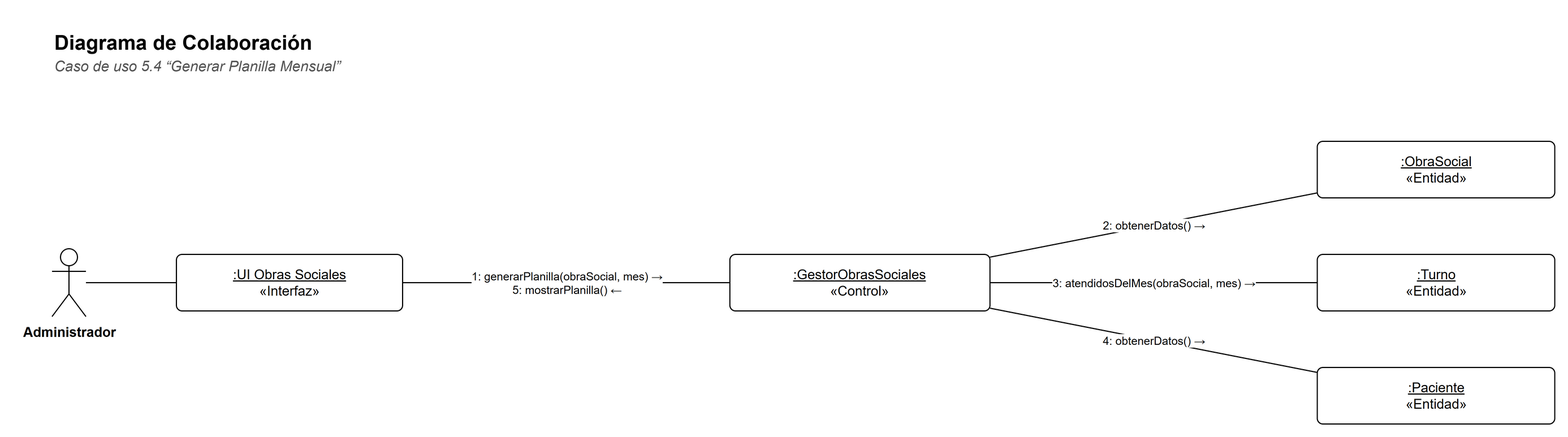
The draw.io diagram docs/diagramas/colaboracion-5-4.png in Matiglorioso/kineturnos, before a commit. Source tidied: cells renumbered, new cells last; positions are measured from the earlier drawing's top-left corner, leaving out a move shared by most shapes.
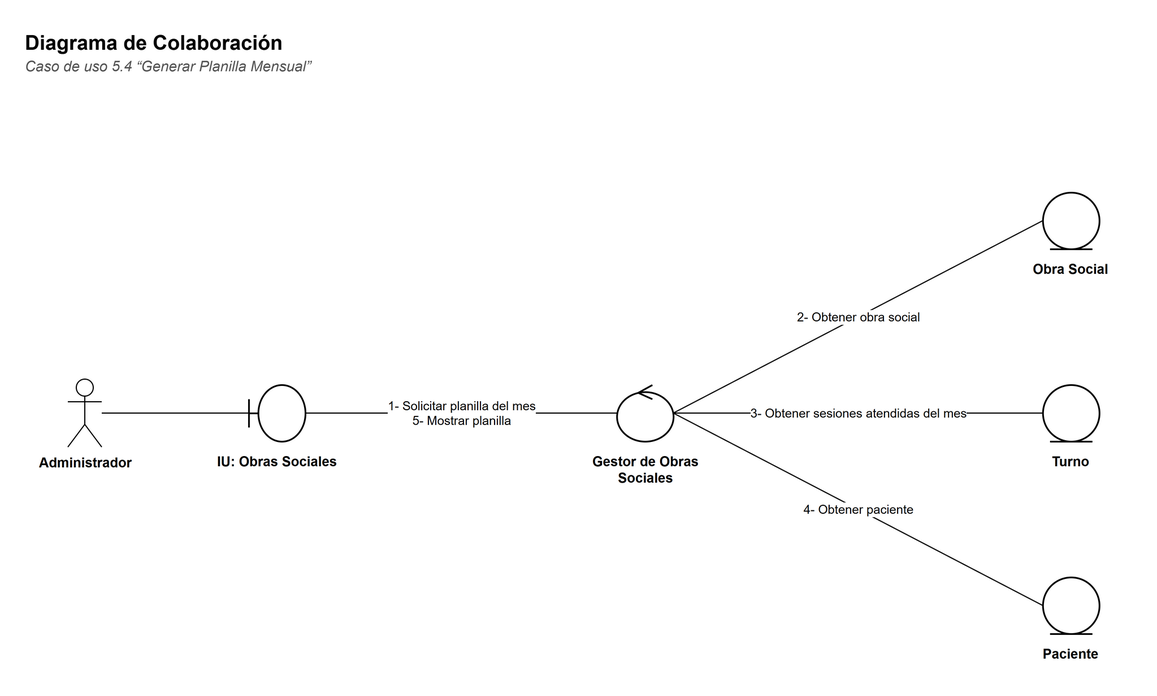
Above is the later version.

Change to the diagram source:
```diff
@@ -9,37 +9,52 @@
       <mxGeometry y="24" width="900" height="20" as="geometry" />
     </mxCell>
     <mxCell id="4" value="Administrador" style="shape=umlActor;verticalLabelPosition=bottom;verticalAlign=top;html=1;outlineConnect=0;fillColor=#FFFFFF;strokeColor=#000000;fontFamily=Helvetica;fontSize=12;fontStyle=1;" parent="1" vertex="1">
-      <mxGeometry y="200" width="30" height="60" as="geometry" />
+      <mxGeometry x="40" y="315" width="30" height="60" as="geometry" />
     </mxCell>
-    <mxCell id="5" value="&lt;u&gt;:UI Obras Sociales&lt;/u&gt;&lt;br&gt;«Interfaz»" style="rounded=0;whiteSpace=wrap;html=1;fillColor=#FFFFFF;strokeColor=#000000;fontFamily=Helvetica;fontSize=12;rounded=1;arcSize=10;" parent="1" vertex="1">
-      <mxGeometry x="110" y="205" width="200" height="50" as="geometry" />
+    <mxCell id="5" style="shape=umlBoundary;html=1;fillColor=#FFFFFF;strokeColor=#000000;strokeWidth=1.5;" parent="1" vertex="1">
+      <mxGeometry x="200" y="320" width="50" height="50" as="geometry" />
     </mxCell>
-    <mxCell id="6" value="&lt;u&gt;:GestorObrasSociales&lt;/u&gt;&lt;br&gt;«Control»" style="rounded=0;whiteSpace=wrap;html=1;fillColor=#FFFFFF;strokeColor=#000000;fontFamily=Helvetica;fontSize=12;rounded=1;arcSize=10;" parent="1" vertex="1">
-      <mxGeometry x="599.4" y="205" width="230" height="50" as="geometry" />
+    <mxCell id="6" value="&lt;b&gt;IU: Obras Sociales&lt;/b&gt;" style="text;html=1;strokeColor=none;fillColor=none;align=left;verticalAlign=top;whiteSpace=wrap;fontFamily=Helvetica;align=center;fontSize=12;" parent="1" vertex="1">
+      <mxGeometry x="160" y="374" width="130" height="40" as="geometry" />
     </mxCell>
-    <mxCell id="7" value="&lt;u&gt;:ObraSocial&lt;/u&gt;&lt;br&gt;«Entidad»" style="rounded=0;whiteSpace=wrap;html=1;fillColor=#FFFFFF;strokeColor=#000000;fontFamily=Helvetica;fontSize=12;rounded=1;arcSize=10;" parent="1" vertex="1">
-      <mxGeometry x="1118.8" y="105" width="210" height="50" as="geometry" />
+    <mxCell id="7" style="shape=umlControl;html=1;fillColor=#FFFFFF;strokeColor=#000000;strokeWidth=1.5;" parent="1" vertex="1">
+      <mxGeometry x="525.6" y="320" width="50" height="50" as="geometry" />
     </mxCell>
-    <mxCell id="8" value="&lt;u&gt;:Turno&lt;/u&gt;&lt;br&gt;«Entidad»" style="rounded=0;whiteSpace=wrap;html=1;fillColor=#FFFFFF;strokeColor=#000000;fontFamily=Helvetica;fontSize=12;rounded=1;arcSize=10;" parent="1" vertex="1">
-      <mxGeometry x="1118.8" y="205" width="210" height="50" as="geometry" />
+    <mxCell id="8" value="&lt;b&gt;Gestor de Obras Sociales&lt;/b&gt;" style="text;html=1;strokeColor=none;fillColor=none;align=left;verticalAlign=top;whiteSpace=wrap;fontFamily=Helvetica;align=center;fontSize=12;" parent="1" vertex="1">
+      <mxGeometry x="485.6" y="374" width="130" height="40" as="geometry" />
     </mxCell>
-    <mxCell id="9" value="&lt;u&gt;:Paciente&lt;/u&gt;&lt;br&gt;«Entidad»" style="rounded=0;whiteSpace=wrap;html=1;fillColor=#FFFFFF;strokeColor=#000000;fontFamily=Helvetica;fontSize=12;rounded=1;arcSize=10;" parent="1" vertex="1">
-      <mxGeometry x="1118.8" y="305" width="210" height="50" as="geometry" />
+    <mxCell id="9" style="shape=umlEntity;html=1;fillColor=#FFFFFF;strokeColor=#000000;strokeWidth=1.5;" parent="1" vertex="1">
+      <mxGeometry x="902.4" y="150" width="50" height="50" as="geometry" />
     </mxCell>
-    <mxCell id="10" style="edgeStyle=none;html=1;endArrow=none;endFill=0;strokeColor=#000000;fontFamily=Helvetica;fontSize=11;labelBackgroundColor=#FFFFFF;" parent="1" edge="1" source="4" target="5">
-      <mxGeometry relative="1" as="geometry" />
+    <mxCell id="10" value="&lt;b&gt;Obra Social&lt;/b&gt;" style="text;html=1;strokeColor=none;fillColor=none;align=left;verticalAlign=top;whiteSpace=wrap;fontFamily=Helvetica;align=center;fontSize=12;" parent="1" vertex="1">
+      <mxGeometry x="862.4" y="204" width="130" height="40" as="geometry" />
     </mxCell>
-    <mxCell id="11" value="1: generarPlanilla(obraSocial, mes) →&lt;br&gt;5: mostrarPlanilla() ←" style="edgeStyle=none;html=1;endArrow=none;endFill=0;strokeColor=#000000;fontFamily=Helvetica;fontSize=11;labelBackgroundColor=#FFFFFF;fontSize=10;" parent="1" edge="1" source="6" target="5">
-      <mxGeometry relative="1" as="geometry" />
+    <mxCell id="11" style="shape=umlEntity;html=1;fillColor=#FFFFFF;strokeColor=#000000;strokeWidth=1.5;" parent="1" vertex="1">
+      <mxGeometry x="902.4" y="320" width="50" height="50" as="geometry" />
     </mxCell>
-    <mxCell id="12" value="2: obtenerDatos() →" style="edgeStyle=none;html=1;endArrow=none;endFill=0;strokeColor=#000000;fontFamily=Helvetica;fontSize=11;labelBackgroundColor=#FFFFFF;fontSize=10;" parent="1" edge="1" source="7" target="6">
-      <mxGeometry relative="1" as="geometry" />
+    <mxCell id="12" value="&lt;b&gt;Turno&lt;/b&gt;" style="text;html=1;strokeColor=none;fillColor=none;align=left;verticalAlign=top;whiteSpace=wrap;fontFamily=Helvetica;align=center;fontSize=12;" parent="1" vertex="1">
+      <mxGeometry x="862.4" y="374" width="130" height="40" as="geometry" />
     </mxCell>
-    <mxCell id="13" value="3: atendidosDelMes(obraSocial, mes) →" style="edgeStyle=none;html=1;endArrow=none;endFill=0;strokeColor=#000000;fontFamily=Helvetica;fontSize=11;labelBackgroundColor=#FFFFFF;fontSize=10;" parent="1" edge="1" source="8" target="6">
-      <mxGeometry relative="1" as="geometry" />
+    <mxCell id="13" style="shape=umlEntity;html=1;fillColor=#FFFFFF;strokeColor=#000000;strokeWidth=1.5;" parent="1" vertex="1">
+      <mxGeometry x="902.4" y="490" width="50" height="50" as="geometry" />
     </mxCell>
-    <mxCell id="14" value="4: obtenerDatos() →" style="edgeStyle=none;html=1;endArrow=none;endFill=0;strokeColor=#000000;fontFamily=Helvetica;fontSize=11;labelBackgroundColor=#FFFFFF;fontSize=10;" parent="1" edge="1" source="9" target="6">
-      <mxGeometry relative="1" as="geometry" />
+    <mxCell id="14" value="&lt;b&gt;Paciente&lt;/b&gt;" style="text;html=1;strokeColor=none;fillColor=none;align=left;verticalAlign=top;whiteSpace=wrap;fontFamily=Helvetica;align=center;fontSize=12;" parent="1" vertex="1">
+      <mxGeometry x="862.4" y="544" width="130" height="40" as="geometry" />
     </mxCell>
+    <mxCell id="15" style="edgeStyle=none;html=1;endArrow=none;endFill=0;strokeColor=#000000;fontFamily=Helvetica;fontSize=11;labelBackgroundColor=#FFFFFF;" parent="1" edge="1" source="4" target="5">
+      <mxGeometry relative="1" as="geometry" />
+    </mxCell>
+    <mxCell id="16" value="1- Solicitar planilla del mes&lt;br&gt;5- Mostrar planilla" style="edgeStyle=none;html=1;endArrow=none;endFill=0;strokeColor=#000000;fontFamily=Helvetica;fontSize=11;labelBackgroundColor=#FFFFFF;fontSize=11;exitX=1;exitY=0.5;exitDx=0;exitDy=0;entryX=0;entryY=0.5;entryDx=0;entryDy=0;" parent="1" edge="1" source="5" target="7">
+      <mxGeometry relative="1" as="geometry" />
+    </mxCell>
+    <mxCell id="17" value="2- Obtener obra social" style="edgeStyle=none;html=1;endArrow=none;endFill=0;strokeColor=#000000;fontFamily=Helvetica;fontSize=11;labelBackgroundColor=#FFFFFF;fontSize=11;exitX=1;exitY=0.5;exitDx=0;exitDy=0;entryX=0;entryY=0.5;entryDx=0;entryDy=0;" parent="1" edge="1" source="7" target="9">
+      <mxGeometry relative="1" as="geometry" />
+    </mxCell>
+    <mxCell id="18" value="3- Obtener sesiones atendidas del mes" style="edgeStyle=none;html=1;endArrow=none;endFill=0;strokeColor=#000000;fontFamily=Helvetica;fontSize=11;labelBackgroundColor=#FFFFFF;fontSize=11;exitX=1;exitY=0.5;exitDx=0;exitDy=0;entryX=0;entryY=0.5;entryDx=0;entryDy=0;" parent="1" edge="1" source="7" target="11">
+      <mxGeometry relative="1" as="geometry" />
+    </mxCell>
+    <mxCell id="19" value="4- Obtener paciente" style="edgeStyle=none;html=1;endArrow=none;endFill=0;strokeColor=#000000;fontFamily=Helvetica;fontSize=11;labelBackgroundColor=#FFFFFF;fontSize=11;exitX=1;exitY=0.5;exitDx=0;exitDy=0;entryX=0;entryY=0.5;entryDx=0;entryDy=0;" parent="1" edge="1" source="7" target="13">
+      <mxGeometry relative="1" as="geometry" />
+    </mxCell>
   </root>
 </mxGraphModel>
```
